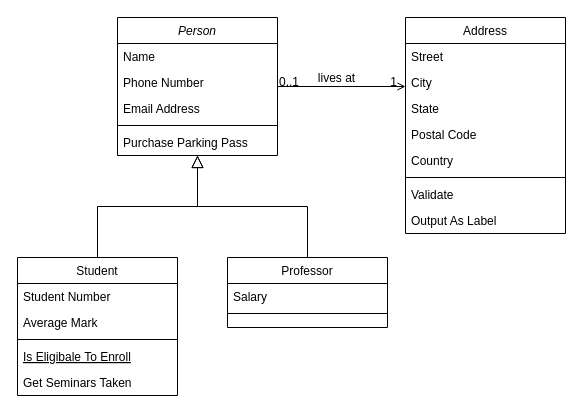
Before: Untitled Diagram.drawio in virus231/lab9, a draw.io diagram. Source tidied: cells renumbered, new cells numbered last; positions are measured from the earlier drawing's top-left corner, leaving out a move shared by most shapes. Both pictures are drawn from the tidied source at 100%, with x=0, y=0 at pixel (17, 17).
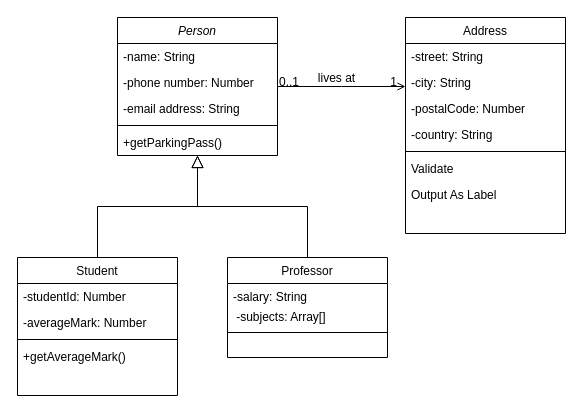
The same diagram, later.

Commit message:
Class Diagram

The change refers to these unchanged cells:
```xml
<mxCell id="2" value="Person" style="swimlane;fontStyle=2;align=center;verticalAlign=top;horizontal=1;startSize=26;rounded=0;shadow=0;strokeWidth=1;" parent="1" vertex="1">
  <mxGeometry x="100" width="160" height="138" as="geometry" />
</mxCell>
<mxCell id="8" value="Student" style="swimlane;fontStyle=0;align=center;verticalAlign=top;horizontal=1;startSize=26;rounded=0;shadow=0;strokeWidth=1;" parent="1" vertex="1">
  <mxGeometry y="240" width="160" height="138" as="geometry" />
</mxCell>
<mxCell id="19" value="Address" style="swimlane;fontStyle=0;align=center;verticalAlign=top;horizontal=1;startSize=26;rounded=0;shadow=0;strokeWidth=1;" parent="1" vertex="1">
  <mxGeometry x="388" width="160" height="216" as="geometry" />
</mxCell>
```

What changed in the source:
```diff
@@
-    <mxCell id="3" value="Name" style="text;align=left;verticalAlign=top;spacingLeft=4;spacingRight=4;overflow=hidden;" parent="2" vertex="1">
+    <mxCell id="3" value="-name: String" style="text;align=left;verticalAlign=top;spacingLeft=4;spacingRight=4;overflow=hidden;" parent="2" vertex="1">
       <mxGeometry y="26" width="160" height="26" as="geometry" />
     </mxCell>
-    <mxCell id="4" value="Phone Number" style="text;align=left;verticalAlign=top;spacingLeft=4;spacingRight=4;overflow=hidden;rounded=0;shadow=0;html=0;" parent="2" vertex="1">
+    <mxCell id="4" value="-phone number: Number" style="text;align=left;verticalAlign=top;spacingLeft=4;spacingRight=4;overflow=hidden;rounded=0;shadow=0;html=0;" parent="2" vertex="1">
       <mxGeometry y="52" width="160" height="26" as="geometry" />
     </mxCell>
-    <mxCell id="5" value="Email Address" style="text;align=left;verticalAlign=top;spacingLeft=4;spacingRight=4;overflow=hidden;rounded=0;shadow=0;html=0;" parent="2" vertex="1">
+    <mxCell id="5" value="-email address: String" style="text;align=left;verticalAlign=top;spacingLeft=4;spacingRight=4;overflow=hidden;rounded=0;shadow=0;html=0;" parent="2" vertex="1">
       <mxGeometry y="78" width="160" height="26" as="geometry" />
     </mxCell>
@@
-    <mxCell id="7" value="Purchase Parking Pass" style="text;align=left;verticalAlign=top;spacingLeft=4;spacingRight=4;overflow=hidden;" parent="2" vertex="1">
+    <mxCell id="7" value="+getParkingPass()" style="text;align=left;verticalAlign=top;spacingLeft=4;spacingRight=4;overflow=hidden;" parent="2" vertex="1">
       <mxGeometry y="112" width="160" height="26" as="geometry" />
     </mxCell>
@@
-    <mxCell id="9" value="Student Number" style="text;align=left;verticalAlign=top;spacingLeft=4;spacingRight=4;overflow=hidden;" parent="8" vertex="1">
+    <mxCell id="9" value="-studentId: Number&#10;" style="text;align=left;verticalAlign=top;spacingLeft=4;spacingRight=4;overflow=hidden;" parent="8" vertex="1">
       <mxGeometry y="26" width="160" height="26" as="geometry" />
     </mxCell>
-    <mxCell id="10" value="Average Mark" style="text;align=left;verticalAlign=top;spacingLeft=4;spacingRight=4;overflow=hidden;rounded=0;shadow=0;html=0;" parent="8" vertex="1">
+    <mxCell id="10" value="-averageMark: Number" style="text;align=left;verticalAlign=top;spacingLeft=4;spacingRight=4;overflow=hidden;rounded=0;shadow=0;html=0;" parent="8" vertex="1">
       <mxGeometry y="52" width="160" height="26" as="geometry" />
     </mxCell>
@@
-    <mxCell id="12" value="Is Eligibale To Enroll" style="text;align=left;verticalAlign=top;spacingLeft=4;spacingRight=4;overflow=hidden;fontStyle=4;" parent="8" vertex="1">
-      <mxGeometry y="86" width="160" height="26" as="geometry" />
-    </mxCell>
-    <mxCell id="13" value="Get Seminars Taken" style="text;align=left;verticalAlign=top;spacingLeft=4;spacingRight=4;overflow=hidden;" parent="8" vertex="1">
-      <mxGeometry y="112" width="160" height="26" as="geometry" />
+    <mxCell id="13" value="+getAverageMark()" style="text;align=left;verticalAlign=top;spacingLeft=4;spacingRight=4;overflow=hidden;" parent="8" vertex="1">
+      <mxGeometry y="86" width="160" height="26" as="geometry" />
     </mxCell>
@@
     <mxCell id="15" value="Professor" style="swimlane;fontStyle=0;align=center;verticalAlign=top;horizontal=1;startSize=26;rounded=0;shadow=0;strokeWidth=1;" parent="1" vertex="1">
-      <mxGeometry x="210" y="240" width="160" height="70" as="geometry" />
+      <mxGeometry x="210" y="240" width="160" height="100" as="geometry" />
     </mxCell>
-    <mxCell id="16" value="Salary" style="text;align=left;verticalAlign=top;spacingLeft=4;spacingRight=4;overflow=hidden;" parent="15" vertex="1">
-      <mxGeometry y="26" width="160" height="26" as="geometry" />
+    <mxCell id="16" value="-salary: String&#10;" style="text;align=left;verticalAlign=top;spacingLeft=4;spacingRight=4;overflow=hidden;" parent="15" vertex="1">
+      <mxGeometry y="26" width="160" height="24" as="geometry" />
     </mxCell>
     <mxCell id="17" style="line;html=1;strokeWidth=1;align=left;verticalAlign=middle;spacingTop=-1;spacingLeft=3;spacingRight=3;labelPosition=right;" parent="15" vertex="1">
-      <mxGeometry y="52" width="160" height="8" as="geometry" />
+      <mxGeometry y="50" width="160" height="50" as="geometry" />
     </mxCell>
@@
-    <mxCell id="20" value="Street" style="text;align=left;verticalAlign=top;spacingLeft=4;spacingRight=4;overflow=hidden;" parent="19" vertex="1">
+    <mxCell id="20" value="-street: String" style="text;align=left;verticalAlign=top;spacingLeft=4;spacingRight=4;overflow=hidden;" parent="19" vertex="1">
       <mxGeometry y="26" width="160" height="26" as="geometry" />
     </mxCell>
-    <mxCell id="21" value="City" style="text;align=left;verticalAlign=top;spacingLeft=4;spacingRight=4;overflow=hidden;rounded=0;shadow=0;html=0;" parent="19" vertex="1">
+    <mxCell id="21" value="-city: String" style="text;align=left;verticalAlign=top;spacingLeft=4;spacingRight=4;overflow=hidden;rounded=0;shadow=0;html=0;" parent="19" vertex="1">
       <mxGeometry y="52" width="160" height="26" as="geometry" />
     </mxCell>
-    <mxCell id="22" value="State" style="text;align=left;verticalAlign=top;spacingLeft=4;spacingRight=4;overflow=hidden;rounded=0;shadow=0;html=0;" parent="19" vertex="1">
-      <mxGeometry y="78" width="160" height="26" as="geometry" />
-    </mxCell>
-    <mxCell id="23" value="Postal Code" style="text;align=left;verticalAlign=top;spacingLeft=4;spacingRight=4;overflow=hidden;rounded=0;shadow=0;html=0;" parent="19" vertex="1">
-      <mxGeometry y="104" width="160" height="26" as="geometry" />
+    <mxCell id="23" value="-postalCode: Number" style="text;align=left;verticalAlign=top;spacingLeft=4;spacingRight=4;overflow=hidden;rounded=0;shadow=0;html=0;" parent="19" vertex="1">
+      <mxGeometry y="78" width="160" height="26" as="geometry" />
     </mxCell>
-    <mxCell id="24" value="Country" style="text;align=left;verticalAlign=top;spacingLeft=4;spacingRight=4;overflow=hidden;rounded=0;shadow=0;html=0;" parent="19" vertex="1">
-      <mxGeometry y="130" width="160" height="26" as="geometry" />
+    <mxCell id="24" value="-country: String" style="text;align=left;verticalAlign=top;spacingLeft=4;spacingRight=4;overflow=hidden;rounded=0;shadow=0;html=0;" parent="19" vertex="1">
+      <mxGeometry y="104" width="160" height="26" as="geometry" />
     </mxCell>
     <mxCell id="25" style="line;html=1;strokeWidth=1;align=left;verticalAlign=middle;spacingTop=-1;spacingLeft=3;spacingRight=3;labelPosition=right;" parent="19" vertex="1">
-      <mxGeometry y="156" width="160" height="8" as="geometry" />
+      <mxGeometry y="130" width="160" height="8" as="geometry" />
     </mxCell>
     <mxCell id="26" value="Validate" style="text;align=left;verticalAlign=top;spacingLeft=4;spacingRight=4;overflow=hidden;" parent="19" vertex="1">
-      <mxGeometry y="164" width="160" height="26" as="geometry" />
+      <mxGeometry y="138" width="160" height="26" as="geometry" />
     </mxCell>
     <mxCell id="27" value="Output As Label" style="text;align=left;verticalAlign=top;spacingLeft=4;spacingRight=4;overflow=hidden;" parent="19" vertex="1">
-      <mxGeometry y="190" width="160" height="26" as="geometry" />
+      <mxGeometry y="164" width="160" height="26" as="geometry" />
     </mxCell>
@@
+    <mxCell id="32" value="&amp;nbsp; &amp;nbsp; &amp;nbsp; &amp;nbsp; &amp;nbsp; &amp;nbsp; &amp;nbsp; &amp;nbsp; &amp;nbsp; &amp;nbsp; -subjects: Array[]" style="text;html=1;align=center;verticalAlign=middle;" parent="1" vertex="1">
+      <mxGeometry x="145" y="290" width="170" height="20" as="geometry" />
+    </mxCell>
```
